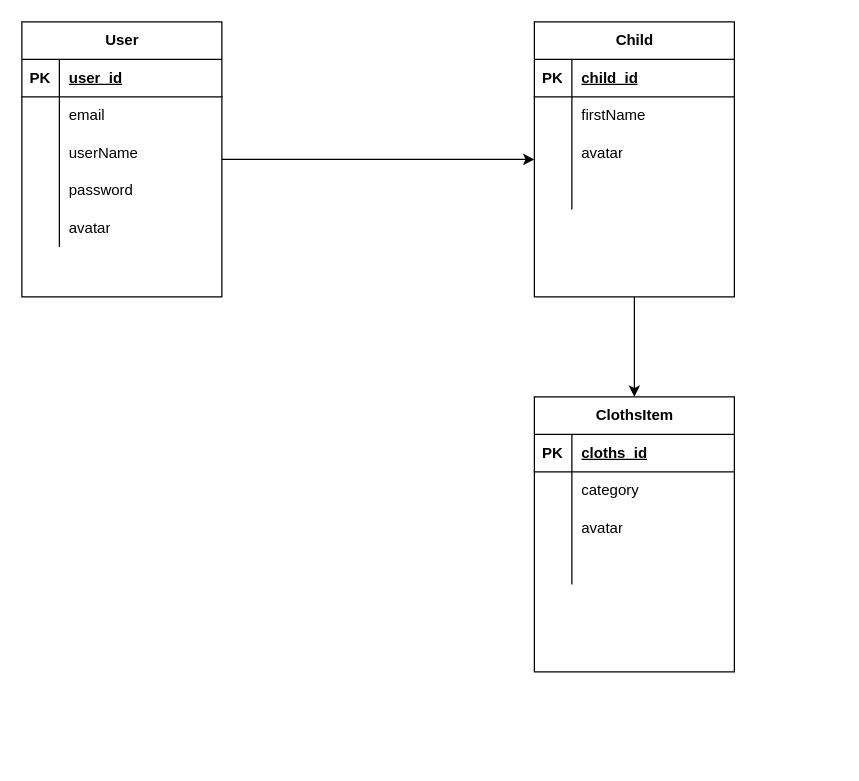
s-weberg/ERD-files keeps this draw.io diagram as Namnlöst diagram.drawio. Above is the earlier version. Source tidied: cells renumbered, new cells numbered last; positions are measured from the earlier drawing's top-left corner, leaving out a move shared by most shapes. Both pictures are drawn from the tidied source at 125%, with x=0, y=0 at pixel (21, 21).
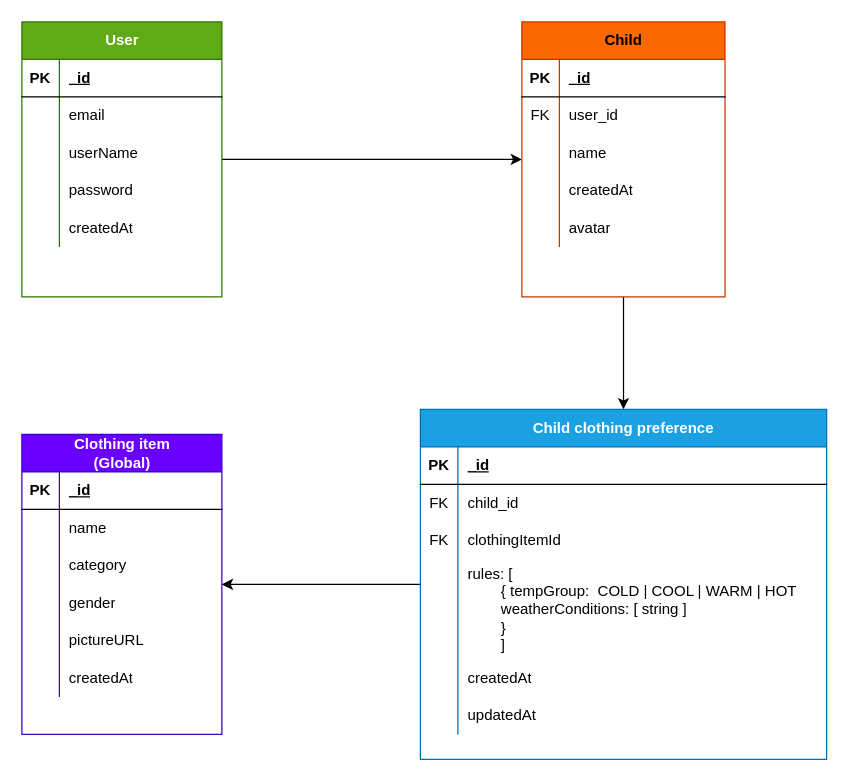
The same page after the edit.

Commit message:
ERD clothing

Unchanged cells that the change refers to:
```xml
<mxCell id="4" style="shape=tableRow;horizontal=0;startSize=0;swimlaneHead=0;swimlaneBody=0;fillColor=none;top=0;left=0;right=0;bottom=1;" parent="3" vertex="1">
  <mxGeometry y="30" width="160" height="30" as="geometry" />
</mxCell>
<mxCell id="16" style="shape=tableRow;horizontal=0;startSize=0;swimlaneHead=0;swimlaneBody=0;fillColor=none;top=0;left=0;right=0;bottom=0;" parent="3" vertex="1">
  <mxGeometry y="150" width="160" height="30" as="geometry" />
</mxCell>
```

Change to the diagram source:
```diff
@@
-    <mxCell id="3" value="User" style="shape=table;startSize=30;childLayout=tableLayout;rowLines=0;fontStyle=1;align=center;html=1;" parent="1" vertex="1">
+    <mxCell id="3" value="User" style="shape=table;startSize=30;childLayout=tableLayout;rowLines=0;fontStyle=1;align=center;html=1;fillColor=#60a917;fontColor=#ffffff;strokeColor=#2D7600;" parent="1" vertex="1">
       <mxGeometry width="160" height="220" as="geometry" />
     </mxCell>
@@
-    <mxCell id="6" value="user_id" style="shape=partialRectangle;fillColor=none;top=0;left=0;bottom=0;right=0;align=left;spacingLeft=6;fontStyle=5;overflow=hidden;whiteSpace=wrap;html=1;" parent="4" vertex="1">
+    <mxCell id="6" value="_id" style="shape=partialRectangle;fillColor=none;top=0;left=0;bottom=0;right=0;align=left;spacingLeft=6;fontStyle=5;overflow=hidden;whiteSpace=wrap;html=1;" parent="4" vertex="1">
       <mxGeometry x="30" width="130" height="30" as="geometry" />
     </mxCell>
@@
-    <mxCell id="18" value="avatar" style="shape=partialRectangle;fillColor=none;top=0;left=0;bottom=0;right=0;align=left;spacingLeft=6;overflow=hidden;whiteSpace=wrap;html=1;" parent="16" vertex="1">
+    <mxCell id="18" value="createdAt" style="shape=partialRectangle;fillColor=none;top=0;left=0;bottom=0;right=0;align=left;spacingLeft=6;overflow=hidden;whiteSpace=wrap;html=1;" parent="16" vertex="1">
       <mxGeometry x="30" width="130" height="30" as="geometry" />
     </mxCell>
@@
-    <mxCell id="20" value="Child" style="shape=table;startSize=30;childLayout=tableLayout;rowLines=0;fontStyle=1;align=center;html=1;" parent="1" vertex="1">
-      <mxGeometry x="410" width="160" height="220" as="geometry" />
+    <mxCell id="20" value="Child" style="shape=table;startSize=30;childLayout=tableLayout;rowLines=0;fontStyle=1;align=center;html=1;fillColor=#fa6800;fontColor=#000000;strokeColor=#C73500;" parent="1" vertex="1">
+      <mxGeometry x="400" width="162.5" height="220" as="geometry" />
     </mxCell>
     <mxCell id="21" style="shape=tableRow;horizontal=0;startSize=0;swimlaneHead=0;swimlaneBody=0;fillColor=none;top=0;left=0;right=0;bottom=1;" parent="20" vertex="1">
-      <mxGeometry y="30" width="160" height="30" as="geometry" />
+      <mxGeometry y="30" width="162.5" height="30" as="geometry" />
     </mxCell>
@@
-    <mxCell id="23" value="child_id" style="shape=partialRectangle;fillColor=none;top=0;left=0;bottom=0;right=0;align=left;spacingLeft=6;fontStyle=5;overflow=hidden;whiteSpace=wrap;html=1;" parent="21" vertex="1">
-      <mxGeometry x="30" width="130" height="30" as="geometry" />
+    <mxCell id="23" value="_id" style="shape=partialRectangle;fillColor=none;top=0;left=0;bottom=0;right=0;align=left;spacingLeft=6;fontStyle=5;overflow=hidden;whiteSpace=wrap;html=1;" parent="21" vertex="1">
+      <mxGeometry x="30" width="132.5" height="30" as="geometry" />
     </mxCell>
     <mxCell id="24" style="shape=tableRow;horizontal=0;startSize=0;swimlaneHead=0;swimlaneBody=0;fillColor=none;top=0;left=0;right=0;bottom=0;" parent="20" vertex="1">
-      <mxGeometry y="60" width="160" height="30" as="geometry" />
+      <mxGeometry y="60" width="162.5" height="30" as="geometry" />
     </mxCell>
-    <mxCell id="25" style="shape=partialRectangle;fillColor=none;top=0;left=0;bottom=0;right=0;overflow=hidden;whiteSpace=wrap;html=1;" parent="24" vertex="1">
+    <mxCell id="25" value="FK" style="shape=partialRectangle;fillColor=none;top=0;left=0;bottom=0;right=0;overflow=hidden;whiteSpace=wrap;html=1;" parent="24" vertex="1">
       <mxGeometry width="30" height="30" as="geometry" />
     </mxCell>
-    <mxCell id="26" value="firstName" style="shape=partialRectangle;fillColor=none;top=0;left=0;bottom=0;right=0;align=left;spacingLeft=6;overflow=hidden;whiteSpace=wrap;html=1;" parent="24" vertex="1">
-      <mxGeometry x="30" width="130" height="30" as="geometry" />
+    <mxCell id="26" value="user_id" style="shape=partialRectangle;fillColor=none;top=0;left=0;bottom=0;right=0;align=left;spacingLeft=6;overflow=hidden;whiteSpace=wrap;html=1;" parent="24" vertex="1">
+      <mxGeometry x="30" width="132.5" height="30" as="geometry" />
     </mxCell>
     <mxCell id="27" style="shape=tableRow;horizontal=0;startSize=0;swimlaneHead=0;swimlaneBody=0;fillColor=none;top=0;left=0;right=0;bottom=0;" parent="20" vertex="1">
-      <mxGeometry y="90" width="160" height="30" as="geometry" />
+      <mxGeometry y="90" width="162.5" height="30" as="geometry" />
     </mxCell>
@@
-    <mxCell id="29" value="avatar" style="shape=partialRectangle;fillColor=none;top=0;left=0;bottom=0;right=0;align=left;spacingLeft=6;overflow=hidden;whiteSpace=wrap;html=1;" parent="27" vertex="1">
-      <mxGeometry x="30" width="130" height="30" as="geometry" />
+    <mxCell id="29" value="name" style="shape=partialRectangle;fillColor=none;top=0;left=0;bottom=0;right=0;align=left;spacingLeft=6;overflow=hidden;whiteSpace=wrap;html=1;" parent="27" vertex="1">
+      <mxGeometry x="30" width="132.5" height="30" as="geometry" />
     </mxCell>
     <mxCell id="30" style="shape=tableRow;horizontal=0;startSize=0;swimlaneHead=0;swimlaneBody=0;fillColor=none;top=0;left=0;right=0;bottom=0;" parent="20" vertex="1">
-      <mxGeometry y="120" width="160" height="30" as="geometry" />
+      <mxGeometry y="120" width="162.5" height="30" as="geometry" />
     </mxCell>
@@
-    <mxCell id="32" style="shape=partialRectangle;fillColor=none;top=0;left=0;bottom=0;right=0;align=left;spacingLeft=6;overflow=hidden;whiteSpace=wrap;html=1;" parent="30" vertex="1">
-      <mxGeometry x="30" width="130" height="30" as="geometry" />
+    <mxCell id="32" value="createdAt" style="shape=partialRectangle;fillColor=none;top=0;left=0;bottom=0;right=0;align=left;spacingLeft=6;overflow=hidden;whiteSpace=wrap;html=1;" parent="30" vertex="1">
+      <mxGeometry x="30" width="132.5" height="30" as="geometry" />
     </mxCell>
+    <mxCell id="46" style="shape=tableRow;horizontal=0;startSize=0;swimlaneHead=0;swimlaneBody=0;fillColor=none;top=0;left=0;right=0;bottom=0;" parent="20" vertex="1">
+      <mxGeometry y="150" width="162.5" height="30" as="geometry" />
+    </mxCell>
+    <mxCell id="47" style="shape=partialRectangle;fillColor=none;top=0;left=0;bottom=0;right=0;overflow=hidden;whiteSpace=wrap;html=1;" parent="46" vertex="1">
+      <mxGeometry width="30" height="30" as="geometry" />
+    </mxCell>
+    <mxCell id="48" value="avatar" style="shape=partialRectangle;fillColor=none;top=0;left=0;bottom=0;right=0;align=left;spacingLeft=6;overflow=hidden;whiteSpace=wrap;html=1;" parent="46" vertex="1">
+      <mxGeometry x="30" width="132.5" height="30" as="geometry" />
+    </mxCell>
+    <mxCell id="49" style="edgeStyle=orthogonalEdgeStyle;rounded=0;jettySize=auto;html=1;" parent="1" edge="1" source="33" target="57">
+      <mxGeometry relative="1" as="geometry" />
+    </mxCell>
-    <mxCell id="33" value="ClothsItem" style="shape=table;startSize=30;childLayout=tableLayout;rowLines=0;fontStyle=1;align=center;html=1;" parent="1" vertex="1">
-      <mxGeometry x="410" y="300" width="160" height="220" as="geometry" />
+    <mxCell id="33" value="Child clothing preference" style="shape=table;startSize=30;childLayout=tableLayout;rowLines=0;fontStyle=1;align=center;html=1;fillColor=#1ba1e2;fontColor=#ffffff;strokeColor=#006EAF;" parent="1" vertex="1">
+      <mxGeometry x="318.8" y="310" width="325" height="280" as="geometry" />
     </mxCell>
     <mxCell id="34" style="shape=tableRow;horizontal=0;startSize=0;swimlaneHead=0;swimlaneBody=0;fillColor=none;top=0;left=0;right=0;bottom=1;" parent="33" vertex="1">
-      <mxGeometry y="30" width="160" height="30" as="geometry" />
+      <mxGeometry y="30" width="325" height="30" as="geometry" />
     </mxCell>
@@
-    <mxCell id="36" value="cloths_id" style="shape=partialRectangle;fillColor=none;top=0;left=0;bottom=0;right=0;align=left;spacingLeft=6;fontStyle=5;overflow=hidden;whiteSpace=wrap;html=1;" parent="34" vertex="1">
-      <mxGeometry x="30" width="130" height="30" as="geometry" />
+    <mxCell id="36" value="_id" style="shape=partialRectangle;fillColor=none;top=0;left=0;bottom=0;right=0;align=left;spacingLeft=6;fontStyle=5;overflow=hidden;whiteSpace=wrap;html=1;" parent="34" vertex="1">
+      <mxGeometry x="30" width="295" height="30" as="geometry" />
     </mxCell>
     <mxCell id="37" style="shape=tableRow;horizontal=0;startSize=0;swimlaneHead=0;swimlaneBody=0;fillColor=none;top=0;left=0;right=0;bottom=0;" parent="33" vertex="1">
-      <mxGeometry y="60" width="160" height="30" as="geometry" />
+      <mxGeometry y="60" width="325" height="30" as="geometry" />
     </mxCell>
-    <mxCell id="38" style="shape=partialRectangle;fillColor=none;top=0;left=0;bottom=0;right=0;overflow=hidden;whiteSpace=wrap;html=1;" parent="37" vertex="1">
+    <mxCell id="38" value="FK" style="shape=partialRectangle;fillColor=none;top=0;left=0;bottom=0;right=0;overflow=hidden;whiteSpace=wrap;html=1;" parent="37" vertex="1">
       <mxGeometry width="30" height="30" as="geometry" />
     </mxCell>
-    <mxCell id="39" value="category" style="shape=partialRectangle;fillColor=none;top=0;left=0;bottom=0;right=0;align=left;spacingLeft=6;overflow=hidden;whiteSpace=wrap;html=1;" parent="37" vertex="1">
-      <mxGeometry x="30" width="130" height="30" as="geometry" />
+    <mxCell id="39" value="child_id" style="shape=partialRectangle;fillColor=none;top=0;left=0;bottom=0;right=0;align=left;spacingLeft=6;overflow=hidden;whiteSpace=wrap;html=1;" parent="37" vertex="1">
+      <mxGeometry x="30" width="295" height="30" as="geometry" />
     </mxCell>
     <mxCell id="40" style="shape=tableRow;horizontal=0;startSize=0;swimlaneHead=0;swimlaneBody=0;fillColor=none;top=0;left=0;right=0;bottom=0;" parent="33" vertex="1">
-      <mxGeometry y="90" width="160" height="30" as="geometry" />
+      <mxGeometry y="90" width="325" height="30" as="geometry" />
     </mxCell>
-    <mxCell id="41" style="shape=partialRectangle;fillColor=none;top=0;left=0;bottom=0;right=0;overflow=hidden;whiteSpace=wrap;html=1;" parent="40" vertex="1">
+    <mxCell id="41" value="FK" style="shape=partialRectangle;fillColor=none;top=0;left=0;bottom=0;right=0;overflow=hidden;whiteSpace=wrap;html=1;" parent="40" vertex="1">
       <mxGeometry width="30" height="30" as="geometry" />
     </mxCell>
-    <mxCell id="42" value="avatar" style="shape=partialRectangle;fillColor=none;top=0;left=0;bottom=0;right=0;align=left;spacingLeft=6;overflow=hidden;whiteSpace=wrap;html=1;" parent="40" vertex="1">
-      <mxGeometry x="30" width="130" height="30" as="geometry" />
+    <mxCell id="42" value="clothingItemId" style="shape=partialRectangle;fillColor=none;top=0;left=0;bottom=0;right=0;align=left;spacingLeft=6;overflow=hidden;whiteSpace=wrap;html=1;" parent="40" vertex="1">
+      <mxGeometry x="30" width="295" height="30" as="geometry" />
     </mxCell>
     <mxCell id="43" style="shape=tableRow;horizontal=0;startSize=0;swimlaneHead=0;swimlaneBody=0;fillColor=none;points=[[0,0.5],[1,0.5]];portConstraint=eastwest;top=0;left=0;right=0;bottom=0;" parent="33" vertex="1">
-      <mxGeometry y="120" width="160" height="30" as="geometry" />
+      <mxGeometry y="120" width="325" height="80" as="geometry" />
     </mxCell>
     <mxCell id="44" style="shape=partialRectangle;fillColor=none;top=0;left=0;bottom=0;right=0;overflow=hidden;whiteSpace=wrap;html=1;" parent="43" vertex="1">
-      <mxGeometry width="30" height="30" as="geometry" />
+      <mxGeometry width="30" height="80" as="geometry" />
     </mxCell>
-    <mxCell id="45" style="shape=partialRectangle;fillColor=none;top=0;left=0;bottom=0;right=0;align=left;spacingLeft=6;overflow=hidden;whiteSpace=wrap;html=1;" parent="43" vertex="1">
-      <mxGeometry x="30" width="130" height="30" as="geometry" />
+    <mxCell id="45" value="rules: [&lt;br&gt;&lt;div&gt;&lt;span style=&quot;white-space: pre;&quot;&gt;&#9;&lt;/span&gt;{ tempGroup:&amp;nbsp;&amp;nbsp;&lt;span style=&quot;background-color: transparent; color: light-dark(rgb(0, 0, 0), rgb(255, 255, 255));&quot;&gt;COLD | COOL | WARM | HOT&amp;nbsp;&lt;/span&gt;&lt;br&gt;&lt;/div&gt;&lt;div&gt;&lt;span style=&quot;background-color: transparent; color: light-dark(rgb(0, 0, 0), rgb(255, 255, 255));&quot;&gt;&lt;span style=&quot;white-space: pre;&quot;&gt;&#9;&lt;/span&gt;weatherConditions: [ string ]&lt;br&gt;&lt;/span&gt;&lt;/div&gt;&lt;div&gt;&lt;span style=&quot;background-color: transparent; color: light-dark(rgb(0, 0, 0), rgb(255, 255, 255));&quot;&gt;&lt;span style=&quot;white-space: pre;&quot;&gt;&#9;&lt;/span&gt;}&lt;br&gt;&lt;span style=&quot;white-space: pre;&quot;&gt;&#9;&lt;/span&gt;]&lt;/span&gt;&lt;/div&gt;" style="shape=partialRectangle;fillColor=none;top=0;left=0;bottom=0;right=0;align=left;spacingLeft=6;overflow=hidden;whiteSpace=wrap;html=1;" parent="43" vertex="1">
+      <mxGeometry x="30" width="295" height="80" as="geometry" />
     </mxCell>
+    <mxCell id="50" style="shape=tableRow;horizontal=0;startSize=0;swimlaneHead=0;swimlaneBody=0;fillColor=none;top=0;left=0;right=0;bottom=0;" parent="33" vertex="1">
+      <mxGeometry y="200" width="325" height="30" as="geometry" />
+    </mxCell>
+    <mxCell id="51" style="shape=partialRectangle;fillColor=none;top=0;left=0;bottom=0;right=0;overflow=hidden;whiteSpace=wrap;html=1;" parent="50" vertex="1">
+      <mxGeometry width="30" height="30" as="geometry" />
+    </mxCell>
+    <mxCell id="52" value="createdAt" style="shape=partialRectangle;fillColor=none;top=0;left=0;bottom=0;right=0;align=left;spacingLeft=6;overflow=hidden;whiteSpace=wrap;html=1;" parent="50" vertex="1">
+      <mxGeometry x="30" width="295" height="30" as="geometry" />
+    </mxCell>
+    <mxCell id="53" style="shape=tableRow;horizontal=0;startSize=0;swimlaneHead=0;swimlaneBody=0;fillColor=none;top=0;left=0;right=0;bottom=0;" parent="33" vertex="1">
+      <mxGeometry y="230" width="325" height="30" as="geometry" />
+    </mxCell>
+    <mxCell id="54" style="shape=partialRectangle;fillColor=none;top=0;left=0;bottom=0;right=0;overflow=hidden;whiteSpace=wrap;html=1;" parent="53" vertex="1">
+      <mxGeometry width="30" height="30" as="geometry" />
+    </mxCell>
+    <mxCell id="55" value="updatedAt" style="shape=partialRectangle;fillColor=none;top=0;left=0;bottom=0;right=0;align=left;spacingLeft=6;overflow=hidden;whiteSpace=wrap;html=1;" parent="53" vertex="1">
+      <mxGeometry x="30" width="295" height="30" as="geometry" />
+    </mxCell>
+    <mxCell id="56" style="edgeStyle=orthogonalEdgeStyle;rounded=0;orthogonalLoop=1;jettySize=auto;html=1;exitX=1;exitY=0.5;exitDx=0;exitDy=0;" parent="33" edge="1" source="43" target="43">
+      <mxGeometry relative="1" as="geometry" />
+    </mxCell>
+    <mxCell id="57" value="Clothing item&lt;br&gt;(Global)" style="shape=table;startSize=30;childLayout=tableLayout;rowLines=0;fontStyle=1;align=center;html=1;fillColor=#6a00ff;strokeColor=#3700CC;fontColor=#ffffff;" parent="1" vertex="1">
+      <mxGeometry y="330" width="160" height="240" as="geometry" />
+    </mxCell>
+    <mxCell id="58" style="shape=tableRow;horizontal=0;startSize=0;swimlaneHead=0;swimlaneBody=0;fillColor=none;top=0;left=0;right=0;bottom=1;" parent="57" vertex="1">
+      <mxGeometry y="30" width="160" height="30" as="geometry" />
+    </mxCell>
+    <mxCell id="59" value="PK" style="shape=partialRectangle;fillColor=none;top=0;left=0;bottom=0;right=0;fontStyle=1;overflow=hidden;whiteSpace=wrap;html=1;" parent="58" vertex="1">
+      <mxGeometry width="30" height="30" as="geometry" />
+    </mxCell>
+    <mxCell id="60" value="_id" style="shape=partialRectangle;fillColor=none;top=0;left=0;bottom=0;right=0;align=left;spacingLeft=6;fontStyle=5;overflow=hidden;whiteSpace=wrap;html=1;" parent="58" vertex="1">
+      <mxGeometry x="30" width="130" height="30" as="geometry" />
+    </mxCell>
+    <mxCell id="61" style="shape=tableRow;horizontal=0;startSize=0;swimlaneHead=0;swimlaneBody=0;fillColor=none;top=0;left=0;right=0;bottom=0;" parent="57" vertex="1">
+      <mxGeometry y="60" width="160" height="30" as="geometry" />
+    </mxCell>
+    <mxCell id="62" style="shape=partialRectangle;fillColor=none;top=0;left=0;bottom=0;right=0;overflow=hidden;whiteSpace=wrap;html=1;" parent="61" vertex="1">
+      <mxGeometry width="30" height="30" as="geometry" />
+    </mxCell>
+    <mxCell id="63" value="name" style="shape=partialRectangle;fillColor=none;top=0;left=0;bottom=0;right=0;align=left;spacingLeft=6;overflow=hidden;whiteSpace=wrap;html=1;" parent="61" vertex="1">
+      <mxGeometry x="30" width="130" height="30" as="geometry" />
+    </mxCell>
+    <mxCell id="64" style="shape=tableRow;horizontal=0;startSize=0;swimlaneHead=0;swimlaneBody=0;fillColor=none;top=0;left=0;right=0;bottom=0;" parent="57" vertex="1">
+      <mxGeometry y="90" width="160" height="30" as="geometry" />
+    </mxCell>
+    <mxCell id="65" style="shape=partialRectangle;fillColor=none;top=0;left=0;bottom=0;right=0;overflow=hidden;whiteSpace=wrap;html=1;" parent="64" vertex="1">
+      <mxGeometry width="30" height="30" as="geometry" />
+    </mxCell>
+    <mxCell id="66" value="category" style="shape=partialRectangle;fillColor=none;top=0;left=0;bottom=0;right=0;align=left;spacingLeft=6;overflow=hidden;whiteSpace=wrap;html=1;" parent="64" vertex="1">
+      <mxGeometry x="30" width="130" height="30" as="geometry" />
+    </mxCell>
+    <mxCell id="67" style="shape=tableRow;horizontal=0;startSize=0;swimlaneHead=0;swimlaneBody=0;fillColor=none;top=0;left=0;right=0;bottom=0;" parent="57" vertex="1">
+      <mxGeometry y="120" width="160" height="30" as="geometry" />
+    </mxCell>
+    <mxCell id="68" style="shape=partialRectangle;fillColor=none;top=0;left=0;bottom=0;right=0;overflow=hidden;whiteSpace=wrap;html=1;" parent="67" vertex="1">
+      <mxGeometry width="30" height="30" as="geometry" />
+    </mxCell>
+    <mxCell id="69" value="gender" style="shape=partialRectangle;fillColor=none;top=0;left=0;bottom=0;right=0;align=left;spacingLeft=6;overflow=hidden;whiteSpace=wrap;html=1;" parent="67" vertex="1">
+      <mxGeometry x="30" width="130" height="30" as="geometry" />
+    </mxCell>
+    <mxCell id="70" style="shape=tableRow;horizontal=0;startSize=0;swimlaneHead=0;swimlaneBody=0;fillColor=none;top=0;left=0;right=0;bottom=0;" parent="57" vertex="1">
+      <mxGeometry y="150" width="160" height="30" as="geometry" />
+    </mxCell>
+    <mxCell id="71" style="shape=partialRectangle;fillColor=none;top=0;left=0;bottom=0;right=0;overflow=hidden;whiteSpace=wrap;html=1;" parent="70" vertex="1">
+      <mxGeometry width="30" height="30" as="geometry" />
+    </mxCell>
+    <mxCell id="72" value="pictureURL" style="shape=partialRectangle;fillColor=none;top=0;left=0;bottom=0;right=0;align=left;spacingLeft=6;overflow=hidden;whiteSpace=wrap;html=1;" parent="70" vertex="1">
+      <mxGeometry x="30" width="130" height="30" as="geometry" />
+    </mxCell>
+    <mxCell id="73" style="shape=tableRow;horizontal=0;startSize=0;swimlaneHead=0;swimlaneBody=0;fillColor=none;top=0;left=0;right=0;bottom=0;" parent="57" vertex="1">
+      <mxGeometry y="180" width="160" height="30" as="geometry" />
+    </mxCell>
+    <mxCell id="74" style="shape=partialRectangle;fillColor=none;top=0;left=0;bottom=0;right=0;overflow=hidden;whiteSpace=wrap;html=1;" parent="73" vertex="1">
+      <mxGeometry width="30" height="30" as="geometry" />
+    </mxCell>
+    <mxCell id="75" value="createdAt" style="shape=partialRectangle;fillColor=none;top=0;left=0;bottom=0;right=0;align=left;spacingLeft=6;overflow=hidden;whiteSpace=wrap;html=1;" parent="73" vertex="1">
+      <mxGeometry x="30" width="130" height="30" as="geometry" />
+    </mxCell>
```
